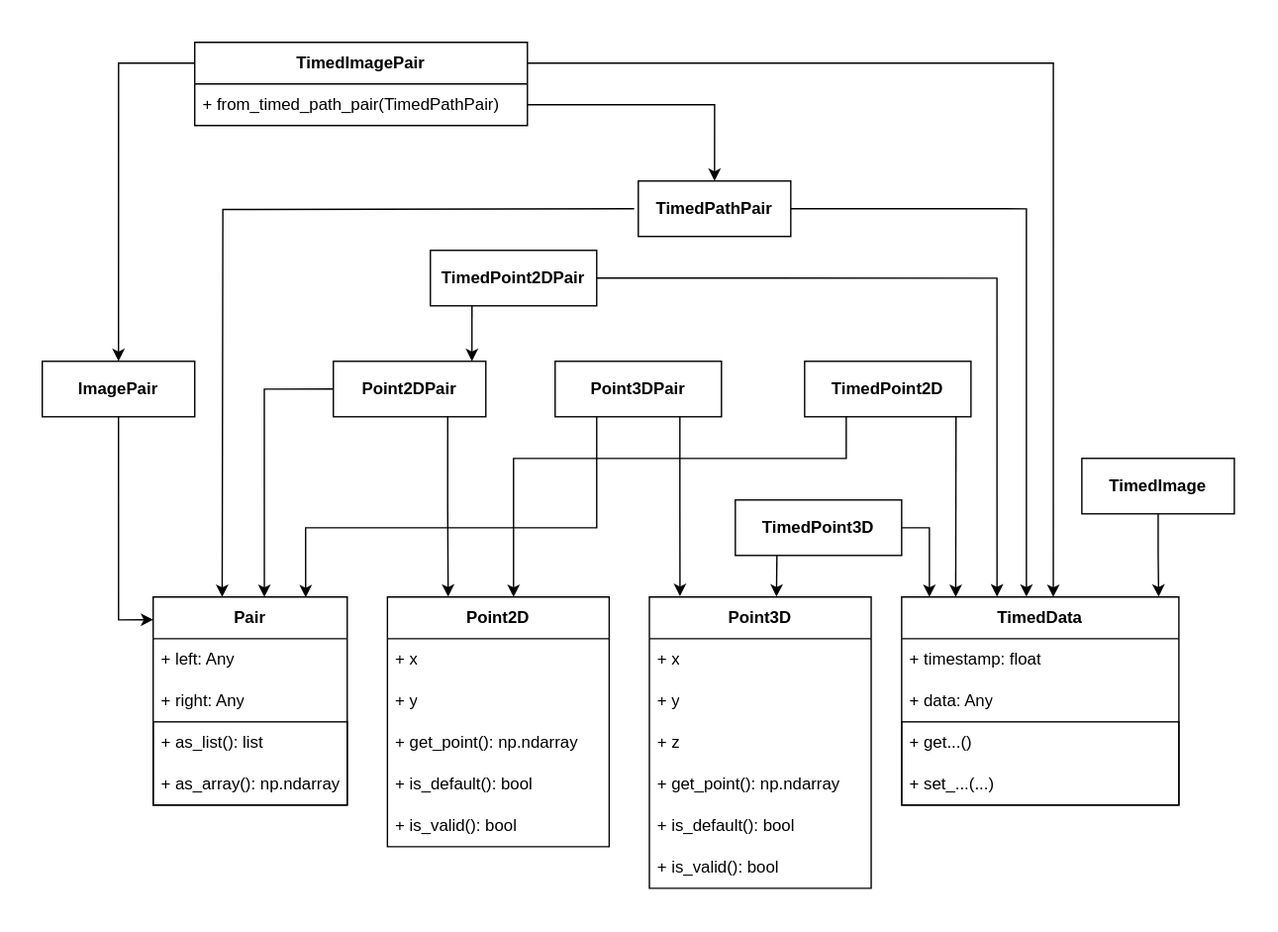
The draw.io diagram documentation/images/data_types.svg in blouxongit/crossbow_project, before a commit. Source tidied: cells renumbered, new cells last; positions are measured from the earlier drawing's top-left corner, leaving out a move shared by most shapes.
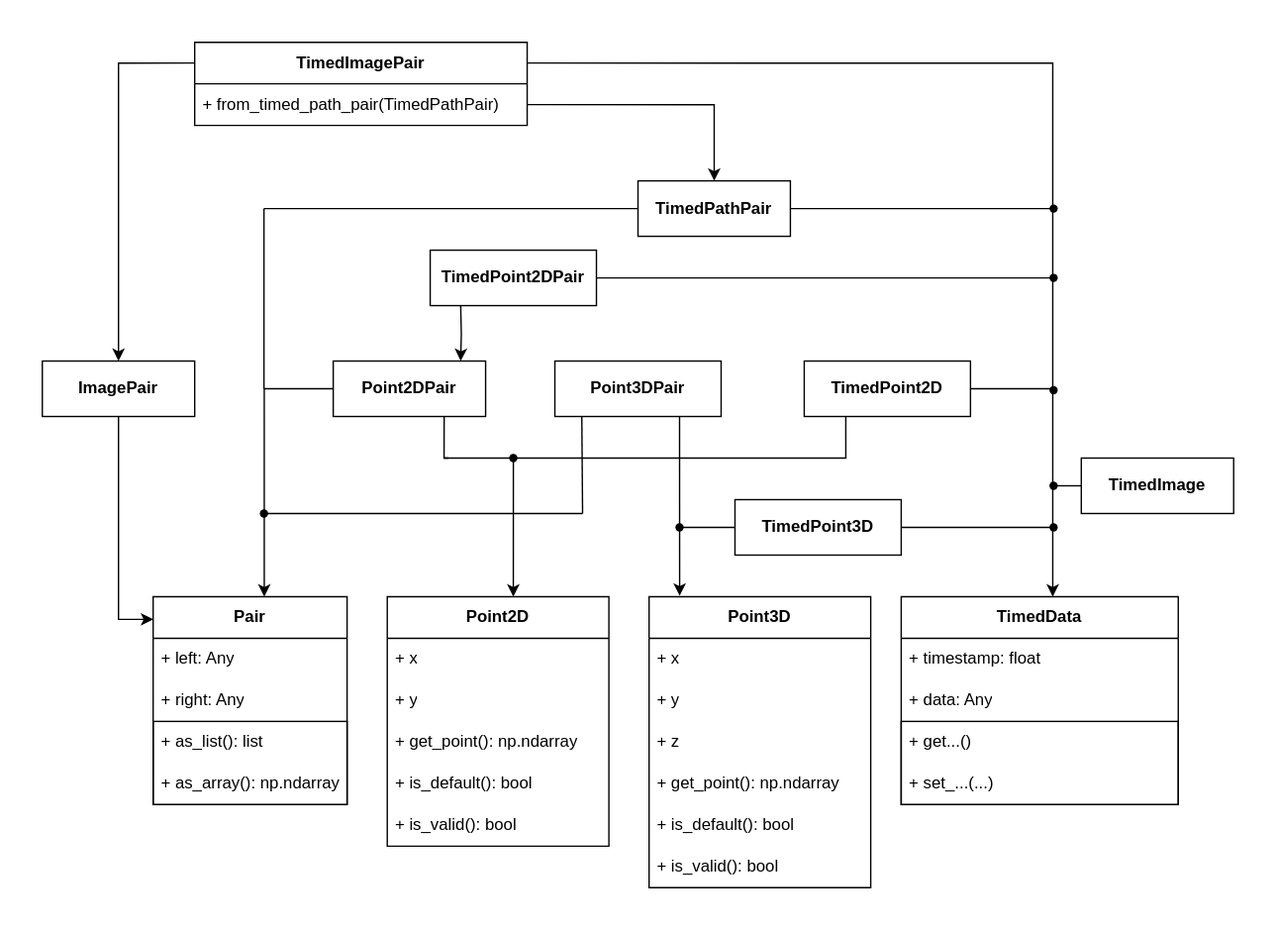
Above is the later version.

Change to the diagram source:
```diff
@@ -95,27 +95,9 @@
     <mxCell id="30" value="+ is_valid(): bool" style="text;strokeColor=none;fillColor=none;align=left;verticalAlign=middle;spacingLeft=4;spacingRight=4;overflow=hidden;whiteSpace=wrap;html=1;" parent="24" vertex="1">
       <mxGeometry y="180" width="160" height="30" as="geometry" />
     </mxCell>
-    <mxCell id="31" style="edgeStyle=orthogonalEdgeStyle;rounded=0;jettySize=auto;html=1;" parent="1" edge="1" source="32">
-      <mxGeometry relative="1" as="geometry">
-        <mxPoint x="640" y="400" as="targetPoint" />
-        <Array as="points">
-          <mxPoint x="640" y="350" />
-          <mxPoint x="640" y="380" />
-          <mxPoint x="640" y="380" />
-        </Array>
-      </mxGeometry>
-    </mxCell>
     <mxCell id="32" value="&lt;b&gt;TimedPoint3D&lt;/b&gt;" style="rounded=0;whiteSpace=wrap;html=1;" parent="1" vertex="1">
       <mxGeometry x="500" y="330" width="120" height="40" as="geometry" />
     </mxCell>
-    <mxCell id="33" style="edgeStyle=orthogonalEdgeStyle;rounded=0;jettySize=auto;html=1;exitX=0.25;exitY=1;exitDx=0;exitDy=0;entryX=0.786;entryY=0.002;entryDx=0;entryDy=0;entryPerimeter=0;" parent="1" edge="1" source="34" target="14">
-      <mxGeometry relative="1" as="geometry">
-        <Array as="points">
-          <mxPoint x="400" y="350" />
-          <mxPoint x="190" y="350" />
-        </Array>
-      </mxGeometry>
-    </mxCell>
     <mxCell id="34" value="&lt;b&gt;Point3DPair&lt;/b&gt;" style="rounded=0;whiteSpace=wrap;html=1;" parent="1" vertex="1">
       <mxGeometry x="370" y="230" width="120" height="40" as="geometry" />
     </mxCell>
@@ -144,46 +126,128 @@
     <mxCell id="41" value="+ from_timed_path_pair(TimedPathPair)" style="text;strokeColor=none;fillColor=none;align=left;verticalAlign=middle;spacingLeft=4;spacingRight=4;overflow=hidden;points=[[0,0.5],[1,0.5]];portConstraint=eastwest;whiteSpace=wrap;html=1;" parent="40" vertex="1">
       <mxGeometry y="30" width="240" height="30" as="geometry" />
     </mxCell>
-    <mxCell id="42" style="edgeStyle=orthogonalEdgeStyle;rounded=0;jettySize=auto;html=1;exitX=1;exitY=0.5;exitDx=0;exitDy=0;entryX=0.45;entryY=-0.001;entryDx=0;entryDy=0;entryPerimeter=0;" parent="1" edge="1" source="37" target="2">
-      <mxGeometry relative="1" as="geometry" />
-    </mxCell>
-    <mxCell id="43" style="edgeStyle=orthogonalEdgeStyle;rounded=0;orthogonalLoop=1;jettySize=auto;html=1;exitX=0;exitY=0.5;exitDx=0;exitDy=0;entryX=0.377;entryY=0;entryDx=0;entryDy=0;entryPerimeter=0;" parent="1" edge="1">
-      <mxGeometry relative="1" as="geometry">
-        <mxPoint x="427" y="120" as="sourcePoint" />
-        <mxPoint x="129.8" y="400" as="targetPoint" />
-      </mxGeometry>
-    </mxCell>
     <mxCell id="44" style="edgeStyle=orthogonalEdgeStyle;rounded=0;jettySize=auto;html=1;exitX=1;exitY=0.5;exitDx=0;exitDy=0;entryX=0.5;entryY=0;entryDx=0;entryDy=0;" parent="1" edge="1" source="41" target="37">
       <mxGeometry relative="1" as="geometry" />
     </mxCell>
-    <mxCell id="45" style="edgeStyle=orthogonalEdgeStyle;rounded=0;jettySize=auto;html=1;exitX=0.25;exitY=1;exitDx=0;exitDy=0;entryX=0.909;entryY=0;entryDx=0;entryDy=0;entryPerimeter=0;" parent="1" edge="1" source="22" target="23">
-      <mxGeometry relative="1" as="geometry" />
+    <mxCell id="45" style="edgeStyle=orthogonalEdgeStyle;rounded=0;orthogonalLoop=1;jettySize=auto;html=1;exitX=0.25;exitY=1;exitDx=0;exitDy=0;entryX=0.909;entryY=0;entryDx=0;entryDy=0;entryPerimeter=0;" parent="1" edge="1">
+      <mxGeometry relative="1" as="geometry">
+        <mxPoint x="302" y="190" as="sourcePoint" />
+        <mxPoint x="302" y="230" as="targetPoint" />
+      </mxGeometry>
     </mxCell>
-    <mxCell id="46" style="edgeStyle=orthogonalEdgeStyle;rounded=0;jettySize=auto;html=1;exitX=1;exitY=0.5;exitDx=0;exitDy=0;entryX=0.344;entryY=-0.002;entryDx=0;entryDy=0;entryPerimeter=0;" parent="1" edge="1" source="22" target="2">
-      <mxGeometry relative="1" as="geometry" />
-    </mxCell>
     <mxCell id="47" style="edgeStyle=orthogonalEdgeStyle;rounded=0;jettySize=auto;html=1;exitX=0.75;exitY=1;exitDx=0;exitDy=0;entryX=0.138;entryY=-0.003;entryDx=0;entryDy=0;entryPerimeter=0;" parent="1" edge="1" source="34" target="24">
       <mxGeometry relative="1" as="geometry" />
     </mxCell>
     <mxCell id="48" style="edgeStyle=orthogonalEdgeStyle;rounded=0;jettySize=auto;html=1;exitX=0.5;exitY=1;exitDx=0;exitDy=0;entryX=0.001;entryY=0.109;entryDx=0;entryDy=0;entryPerimeter=0;" parent="1" edge="1" source="35" target="14">
       <mxGeometry relative="1" as="geometry" />
     </mxCell>
-    <mxCell id="49" style="edgeStyle=orthogonalEdgeStyle;rounded=0;jettySize=auto;html=1;exitX=0.75;exitY=1;exitDx=0;exitDy=0;entryX=0.274;entryY=-0.001;entryDx=0;entryDy=0;entryPerimeter=0;" parent="1" edge="1" source="23" target="8">
-      <mxGeometry relative="1" as="geometry" />
-    </mxCell>
-    <mxCell id="50" style="endArrow=classic;html=1;rounded=0;exitX=0.91;exitY=0.995;exitDx=0;exitDy=0;exitPerimeter=0;" parent="1" edge="1" source="21">
-      <mxGeometry relative="1" as="geometry">
-        <mxPoint x="659" y="400" as="targetPoint" />
-      </mxGeometry>
-    </mxCell>
-    <mxCell id="51" style="edgeStyle=orthogonalEdgeStyle;rounded=0;jettySize=auto;html=1;exitX=0.25;exitY=1;exitDx=0;exitDy=0;entryX=0.573;entryY=-0.001;entryDx=0;entryDy=0;entryPerimeter=0;" parent="1" edge="1" source="32" target="24">
-      <mxGeometry relative="1" as="geometry" />
-    </mxCell>
-    <mxCell id="52" style="edgeStyle=orthogonalEdgeStyle;rounded=0;jettySize=auto;html=1;entryX=0.927;entryY=-0.001;entryDx=0;entryDy=0;entryPerimeter=0;" parent="1" edge="1" source="36" target="2">
-      <mxGeometry relative="1" as="geometry" />
-    </mxCell>
     <mxCell id="53" style="edgeStyle=orthogonalEdgeStyle;rounded=0;jettySize=auto;html=1;exitX=0;exitY=0.5;exitDx=0;exitDy=0;entryX=0.573;entryY=0;entryDx=0;entryDy=0;entryPerimeter=0;" parent="1" edge="1" source="23" target="14">
       <mxGeometry relative="1" as="geometry" />
     </mxCell>
+    <mxCell id="54" style="endArrow=none;html=1;rounded=0;entryX=1;entryY=0.5;entryDx=0;entryDy=0;" parent="1" edge="1" source="69" target="37">
+      <mxGeometry relative="1" as="geometry" />
+    </mxCell>
+    <mxCell id="55" style="endArrow=none;html=1;rounded=0;entryX=1;entryY=0.5;entryDx=0;entryDy=0;" parent="1" edge="1" source="68" target="22">
+      <mxGeometry relative="1" as="geometry" />
+    </mxCell>
+    <mxCell id="56" style="endArrow=none;html=1;rounded=0;entryX=1;entryY=0.5;entryDx=0;entryDy=0;" parent="1" edge="1" target="21">
+      <mxGeometry relative="1" as="geometry">
+        <mxPoint x="730" y="250" as="sourcePoint" />
+      </mxGeometry>
+    </mxCell>
+    <mxCell id="57" style="endArrow=none;html=1;rounded=0;entryX=1;entryY=0.5;entryDx=0;entryDy=0;" parent="1" edge="1" source="72" target="32">
+      <mxGeometry relative="1" as="geometry" />
+    </mxCell>
+    <mxCell id="58" style="endArrow=none;html=1;rounded=0;entryX=0;entryY=0.5;entryDx=0;entryDy=0;" parent="1" edge="1" source="66" target="36">
+      <mxGeometry relative="1" as="geometry" />
+    </mxCell>
+    <mxCell id="59" style="endArrow=none;html=1;rounded=0;entryX=0;entryY=0.5;entryDx=0;entryDy=0;" parent="1" edge="1" target="32">
+      <mxGeometry relative="1" as="geometry">
+        <mxPoint x="460" y="350" as="sourcePoint" />
+      </mxGeometry>
+    </mxCell>
+    <mxCell id="60" style="endArrow=none;html=1;rounded=0;entryX=0;entryY=0.5;entryDx=0;entryDy=0;" parent="1" edge="1" target="37">
+      <mxGeometry relative="1" as="geometry">
+        <mxPoint x="160" y="120" as="sourcePoint" />
+      </mxGeometry>
+    </mxCell>
+    <mxCell id="61" style="endArrow=none;html=1;rounded=0;" parent="1" edge="1">
+      <mxGeometry relative="1" as="geometry">
+        <mxPoint x="160" y="250" as="sourcePoint" />
+        <mxPoint x="160" y="120" as="targetPoint" />
+      </mxGeometry>
+    </mxCell>
+    <mxCell id="62" style="endArrow=none;html=1;rounded=0;entryX=0.162;entryY=0.991;entryDx=0;entryDy=0;entryPerimeter=0;" parent="1" edge="1" target="34">
+      <mxGeometry relative="1" as="geometry">
+        <mxPoint x="390" y="340" as="sourcePoint" />
+      </mxGeometry>
+    </mxCell>
+    <mxCell id="63" style="endArrow=none;html=1;rounded=0;" parent="1" edge="1" source="74">
+      <mxGeometry relative="1" as="geometry">
+        <mxPoint x="390" y="340" as="targetPoint" />
+      </mxGeometry>
+    </mxCell>
+    <mxCell id="64" style="shape=waypoint;sketch=0;fillStyle=solid;size=6;fillColor=none;perimeter=centerPerimeter;" parent="1" vertex="1">
+      <mxGeometry x="720" y="241" width="20" height="20" as="geometry" />
+    </mxCell>
+    <mxCell id="65" style="endArrow=none;html=1;rounded=0;entryDx=0;entryDy=0;" parent="1" edge="1" target="66">
+      <mxGeometry relative="1" as="geometry">
+        <mxPoint x="730" y="320" as="sourcePoint" />
+      </mxGeometry>
+    </mxCell>
+    <mxCell id="66" style="shape=waypoint;sketch=0;fillStyle=solid;size=6;points=[];fillColor=none;perimeter=centerPerimeter;snapToPoint=1;" parent="1" vertex="1">
+      <mxGeometry x="720" y="310" width="20" height="20" as="geometry" />
+    </mxCell>
+    <mxCell id="67" style="endArrow=none;html=1;rounded=0;entryDx=0;entryDy=0;" parent="1" edge="1" target="68">
+      <mxGeometry relative="1" as="geometry">
+        <mxPoint x="730" y="170" as="sourcePoint" />
+      </mxGeometry>
+    </mxCell>
+    <mxCell id="68" style="shape=waypoint;sketch=0;fillStyle=solid;size=6;points=[];fillColor=none;perimeter=centerPerimeter;snapToPoint=1;" parent="1" vertex="1">
+      <mxGeometry x="720" y="160" width="20" height="20" as="geometry" />
+    </mxCell>
+    <mxCell id="69" style="shape=waypoint;sketch=0;fillStyle=solid;size=6;points=[];fillColor=none;perimeter=centerPerimeter;snapToPoint=1;" parent="1" vertex="1">
+      <mxGeometry x="720" y="110" width="20" height="20" as="geometry" />
+    </mxCell>
+    <mxCell id="70" style="shape=waypoint;sketch=0;fillStyle=solid;size=6;fillColor=none;perimeter=centerPerimeter;" parent="1" vertex="1">
+      <mxGeometry x="450" y="340" width="20" height="20" as="geometry" />
+    </mxCell>
+    <mxCell id="71" style="endArrow=none;html=1;rounded=0;entryDx=0;entryDy=0;" parent="1" edge="1" target="72">
+      <mxGeometry relative="1" as="geometry">
+        <mxPoint x="730" y="350" as="sourcePoint" />
+      </mxGeometry>
+    </mxCell>
+    <mxCell id="72" style="shape=waypoint;sketch=0;fillStyle=solid;size=6;points=[];fillColor=none;perimeter=centerPerimeter;snapToPoint=1;" parent="1" vertex="1">
+      <mxGeometry x="720" y="340" width="20" height="20" as="geometry" />
+    </mxCell>
+    <mxCell id="73" style="endArrow=none;html=1;rounded=0;" parent="1" edge="1" target="74">
+      <mxGeometry relative="1" as="geometry">
+        <mxPoint x="160" y="340" as="sourcePoint" />
+      </mxGeometry>
+    </mxCell>
+    <mxCell id="74" style="shape=waypoint;sketch=0;fillStyle=solid;size=6;points=[];fillColor=none;perimeter=centerPerimeter;snapToPoint=1;" parent="1" vertex="1">
+      <mxGeometry x="150" y="330" width="20" height="20" as="geometry" />
+    </mxCell>
+    <mxCell id="75" style="endArrow=none;html=1;rounded=0;entryX=0.728;entryY=1;entryDx=0;entryDy=0;entryPerimeter=0;" parent="1" edge="1" target="23">
+      <mxGeometry relative="1" as="geometry">
+        <mxPoint x="293" y="300" as="sourcePoint" />
+        <Array as="points">
+          <mxPoint x="290" y="300" />
+        </Array>
+      </mxGeometry>
+    </mxCell>
+    <mxCell id="76" style="endArrow=none;html=1;rounded=0;" parent="1" edge="1" source="78">
+      <mxGeometry relative="1" as="geometry">
+        <mxPoint x="290" y="300" as="targetPoint" />
+      </mxGeometry>
+    </mxCell>
+    <mxCell id="77" style="endArrow=none;html=1;rounded=0;" parent="1" edge="1" target="78">
+      <mxGeometry relative="1" as="geometry">
+        <mxPoint x="340" y="300" as="sourcePoint" />
+      </mxGeometry>
+    </mxCell>
+    <mxCell id="78" style="shape=waypoint;sketch=0;fillStyle=solid;size=6;points=[];fillColor=none;perimeter=centerPerimeter;snapToPoint=1;" parent="1" vertex="1">
+      <mxGeometry x="330" y="290" width="20" height="20" as="geometry" />
+    </mxCell>
   </root>
 </mxGraphModel>
```
